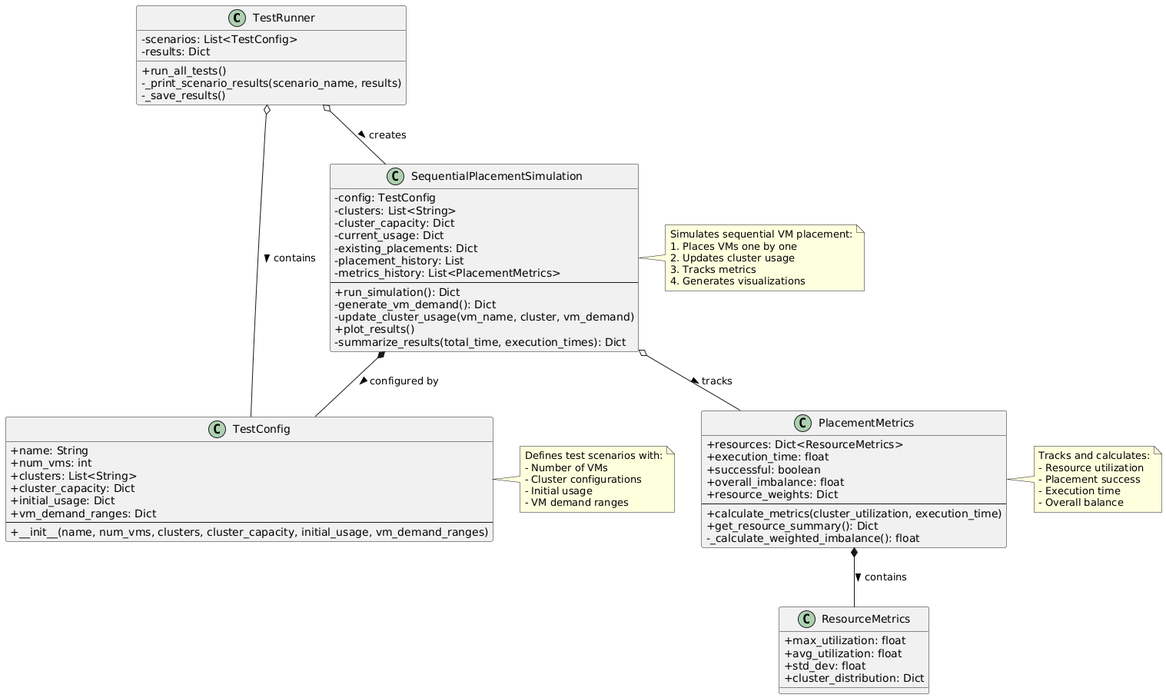
Earlier version of the PlantUML export without_hosts/doc/class_diagram.png (joagonzalez/optimization).
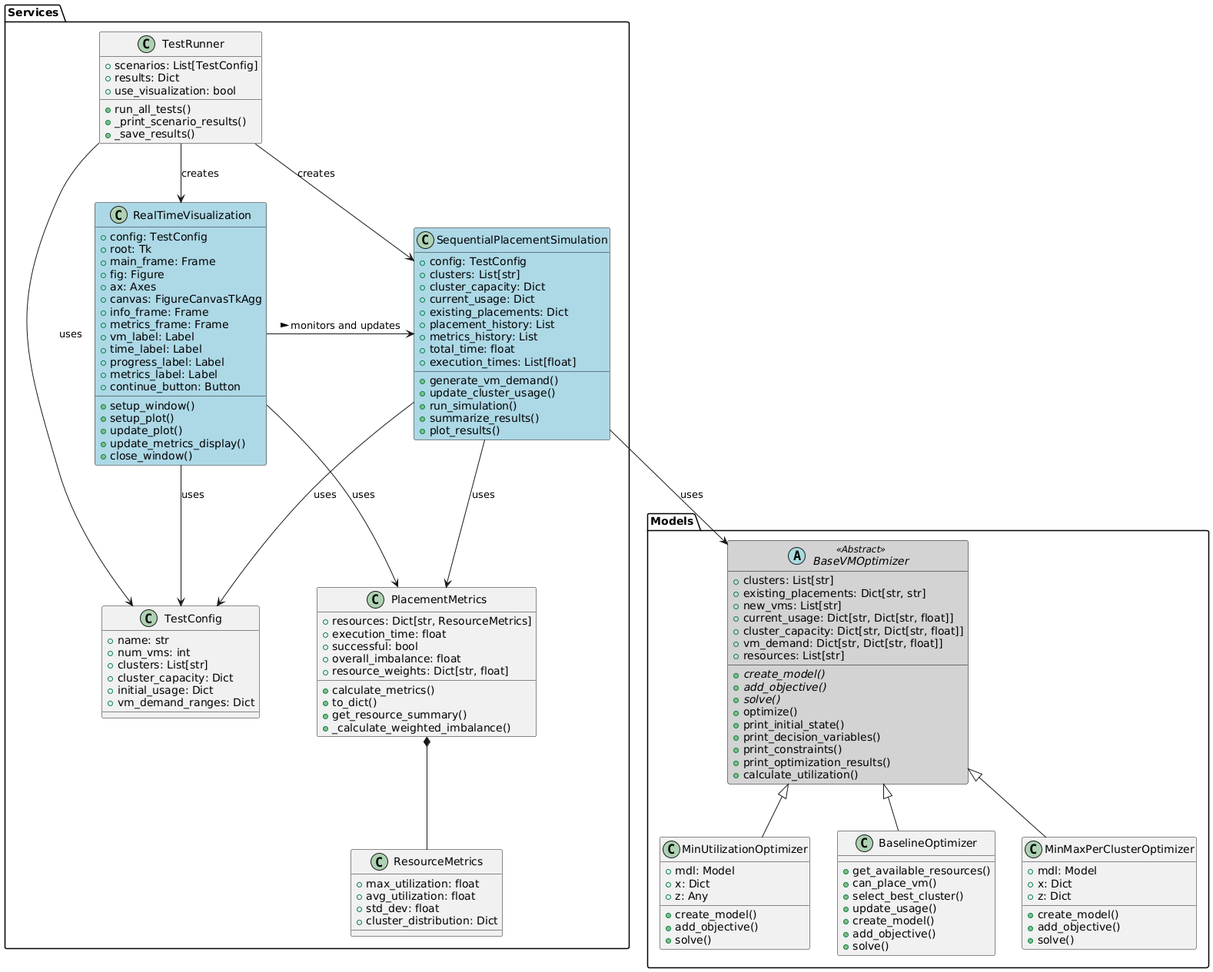
The same diagram one commit later.

What changed in the source:
```diff
@@ -1,87 +1,160 @@
 @startuml
-skinparam classAttributeIconSize 0
-
-class TestRunner {
-    - scenarios: List<TestConfig>
-    - results: Dict
-    + run_all_tests()
-    - _print_scenario_results(scenario_name, results)
-    - _save_results()
+skinparam class {
+    BackgroundColor<<Abstract>> LightGray
+    BorderColor<<Abstract>> Black
 }
 
-class TestConfig {
-    + name: String
-    + num_vms: int
-    + clusters: List<String>
-    + cluster_capacity: Dict
-    + initial_usage: Dict
-    + vm_demand_ranges: Dict
-    --
-    + __init__(name, num_vms, clusters, cluster_capacity, initial_usage, vm_demand_ranges)
+package "Models" {
+    abstract class BaseVMOptimizer <<Abstract>> {
+        + clusters: List[str]
+        + existing_placements: Dict[str, str]
+        + new_vms: List[str]
+        + current_usage: Dict[str, Dict[str, float]]
+        + cluster_capacity: Dict[str, Dict[str, float]]
+        + vm_demand: Dict[str, Dict[str, float]]
+        + resources: List[str]
+        __
+        + {abstract} create_model()
+        + {abstract} add_objective()
+        + {abstract} solve()
+        + optimize()
+        + print_initial_state()
+        + print_decision_variables()
+        + print_constraints()
+        + print_optimization_results()
+        + calculate_utilization()
+    }
+
+    class MinUtilizationOptimizer {
+        + mdl: Model
+        + x: Dict
+        + z: Any
+        __
+        + create_model()
+        + add_objective()
+        + solve()
+    }
+
+    class BaselineOptimizer {
+        + get_available_resources()
+        + can_place_vm()
+        + select_best_cluster()
+        + update_usage()
+        + create_model()
+        + add_objective()
+        + solve()
+    }
+
+    class MinMaxPerClusterOptimizer {
+        + mdl: Model
+        + x: Dict
+        + z: Dict
+        __
+        + create_model()
+        + add_objective()
+        + solve()
+    }
 }
 
-class SequentialPlacementSimulation {
-    - config: TestConfig
-    - clusters: List<String>
-    - cluster_capacity: Dict
-    - current_usage: Dict
-    - existing_placements: Dict
-    - placement_history: List
-    - metrics_history: List<PlacementMetrics>
-    --
-    + run_simulation(): Dict
-    - generate_vm_demand(): Dict
-    - update_cluster_usage(vm_name, cluster, vm_demand)
-    + plot_results()
-    - summarize_results(total_time, execution_times): Dict
+package "Services" #FFFFFF {
+    class TestRunner {
+        + scenarios: List[TestConfig]
+        + results: Dict
+        + use_visualization: bool
+        __
+        + run_all_tests()
+        + _print_scenario_results()
+        + _save_results()
+    }
+
+    class TestConfig {
+        + name: str
+        + num_vms: int
+        + clusters: List[str]
+        + cluster_capacity: Dict
+        + initial_usage: Dict
+        + vm_demand_ranges: Dict
+    }
+
+    class PlacementMetrics {
+        + resources: Dict[str, ResourceMetrics]
+        + execution_time: float
+        + successful: bool
+        + overall_imbalance: float
+        + resource_weights: Dict[str, float]
+        __
+        + calculate_metrics()
+        + to_dict()
+        + get_resource_summary()
+        + _calculate_weighted_imbalance()
+    }
+
+    class ResourceMetrics {
+        + max_utilization: float
+        + avg_utilization: float
+        + std_dev: float
+        + cluster_distribution: Dict
+    }
+
+    together {
+        class SequentialPlacementSimulation #lightblue {
+            + config: TestConfig
+            + clusters: List[str]
+            + cluster_capacity: Dict
+            + current_usage: Dict
+            + existing_placements: Dict
+            + placement_history: List
+            + metrics_history: List
+            + total_time: float
+            + execution_times: List[float]
+            __
+            + generate_vm_demand()
+            + update_cluster_usage()
+            + run_simulation()
+            + summarize_results()
+            + plot_results()
+        }
+
+        class RealTimeVisualization #lightblue {
+            + config: TestConfig
+            + root: Tk
+            + main_frame: Frame
+            + fig: Figure
+            + ax: Axes
+            + canvas: FigureCanvasTkAgg
+            + info_frame: Frame
+            + metrics_frame: Frame
+            + vm_label: Label
+            + time_label: Label
+            + progress_label: Label
+            + metrics_label: Label
+            + continue_button: Button
+            __
+            + setup_window()
+            + setup_plot()
+            + update_plot()
+            + update_metrics_display()
+            + close_window()
+        }
+    }
 }
 
-class PlacementMetrics {
-    + resources: Dict<ResourceMetrics>
-    + execution_time: float
-    + successful: boolean
-    + overall_imbalance: float
-    + resource_weights: Dict
-    --
-    + calculate_metrics(cluster_utilization, execution_time)
-    + get_resource_summary(): Dict
-    - _calculate_weighted_imbalance(): float
-}
+BaseVMOptimizer <|-- MinUtilizationOptimizer
+BaseVMOptimizer <|-- BaselineOptimizer
+BaseVMOptimizer <|-- MinMaxPerClusterOptimizer
 
-class ResourceMetrics {
-    + max_utilization: float
-    + avg_utilization: float
-    + std_dev: float
-    + cluster_distribution: Dict
-}
+TestRunner --> TestConfig: uses
+TestRunner --> SequentialPlacementSimulation: creates
+TestRunner --> RealTimeVisualization: creates
 
-TestRunner o-- TestConfig : contains >
-TestRunner o-- SequentialPlacementSimulation : creates >
-SequentialPlacementSimulation *-- TestConfig : configured by >
-SequentialPlacementSimulation o-- PlacementMetrics : tracks >
-PlacementMetrics *-- ResourceMetrics : contains >
+SequentialPlacementSimulation -[hidden]right- RealTimeVisualization
+SequentialPlacementSimulation --> PlacementMetrics: uses
+SequentialPlacementSimulation --> TestConfig: uses
+SequentialPlacementSimulation --> BaseVMOptimizer: uses
 
-note right of TestConfig
-  Defines test scenarios with:
-  - Number of VMs
-  - Cluster configurations
-  - Initial usage
-  - VM demand ranges
-end note
+PlacementMetrics *-- ResourceMetrics
 
-note right of SequentialPlacementSimulation
-  Simulates sequential VM placement:
-  1. Places VMs one by one
-  2. Updates cluster usage
-  3. Tracks metrics
-  4. Generates visualizations
-end note
-
-note right of PlacementMetrics
-  Tracks and calculates:
-  - Resource utilization
-  - Placement success
-  - Execution time
-  - Overall balance
-end note
+RealTimeVisualization --> TestConfig: uses
+RealTimeVisualization --> PlacementMetrics: uses
+RealTimeVisualization --> SequentialPlacementSimulation: "monitors and updates >"
 @enduml
```
